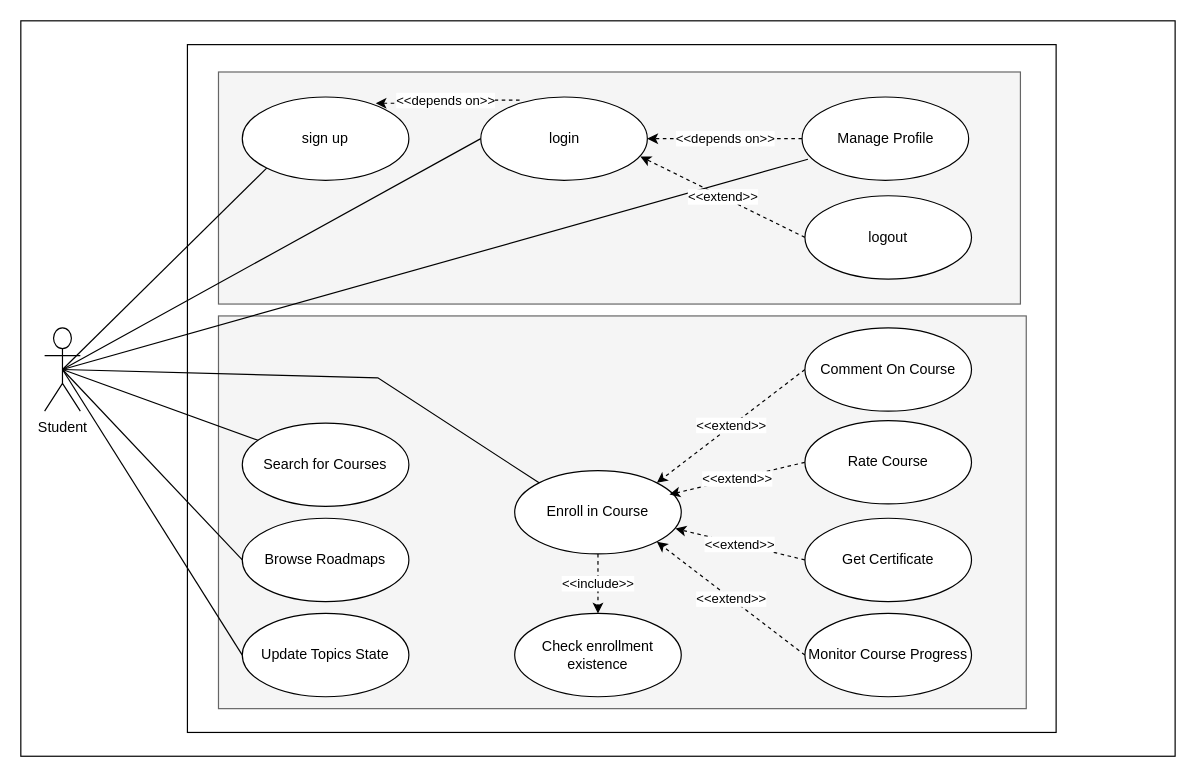
The draw.io diagram StudentsSystem.drawio in YAMANX8/UML, before the edit. Source tidied: cells renumbered, new cells numbered last; positions are measured from the earlier drawing's top-left corner, leaving out a move shared by most shapes. Both pictures are drawn from the tidied source at 119%, with x=0, y=0 at pixel (20, 20).
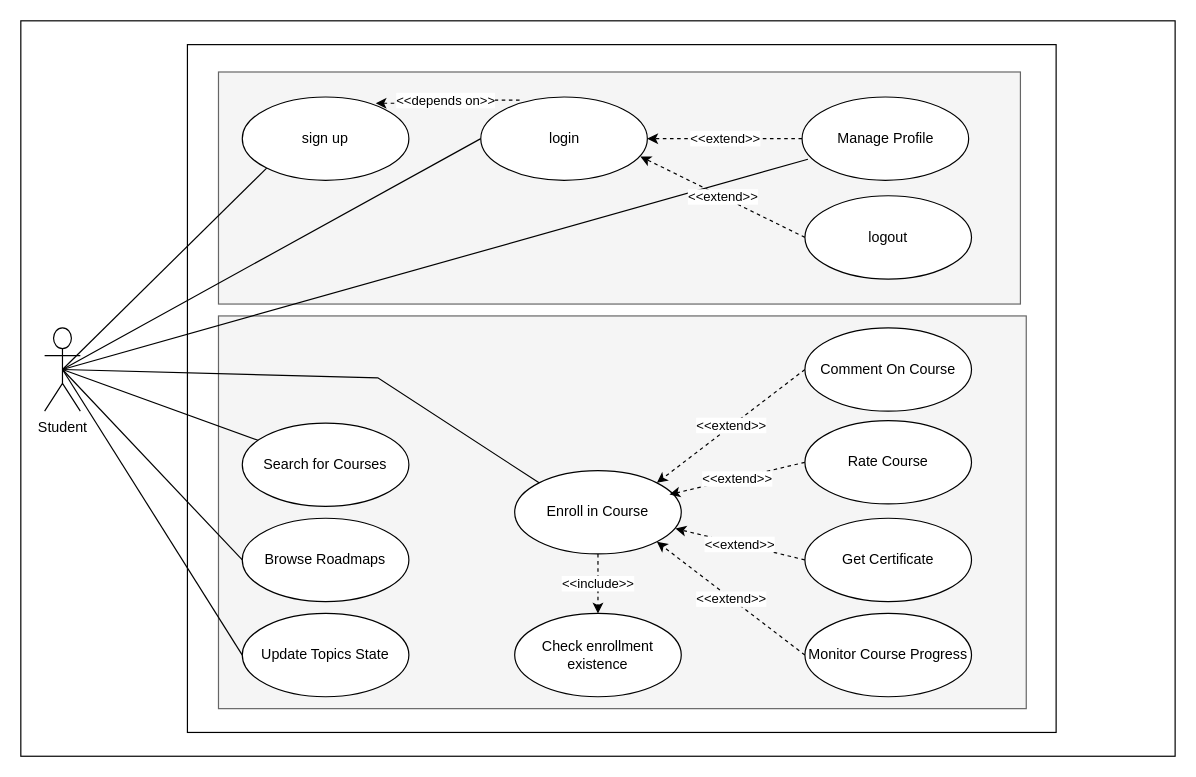
Above is the later version.

The change refers to these unchanged cells:
```xml
<mxCell id="16" value="login" style="ellipse;whiteSpace=wrap;html=1;" parent="1" vertex="1">
  <mxGeometry x="386.5" y="64" width="140" height="70" as="geometry" />
</mxCell>
<mxCell id="17" value="Manage Profile" style="ellipse;whiteSpace=wrap;html=1;" parent="1" vertex="1">
  <mxGeometry x="656.5" y="64" width="140" height="70" as="geometry" />
</mxCell>
```

The edit, as a diff of the source:
```diff
@@
-    <mxCell id="6" value="&amp;lt;&amp;lt;depends on&amp;gt;&amp;gt;" style="edgeStyle=orthogonalEdgeStyle;rounded=0;jettySize=auto;html=1;dashed=1;" parent="1" edge="1" source="17" target="16">
+    <mxCell id="6" value="&amp;lt;&amp;lt;extend&amp;gt;&amp;gt;" style="edgeStyle=orthogonalEdgeStyle;rounded=0;jettySize=auto;html=1;dashed=1;" parent="1" edge="1" source="17" target="16">
       <mxGeometry relative="1" as="geometry" />
     </mxCell>
```
